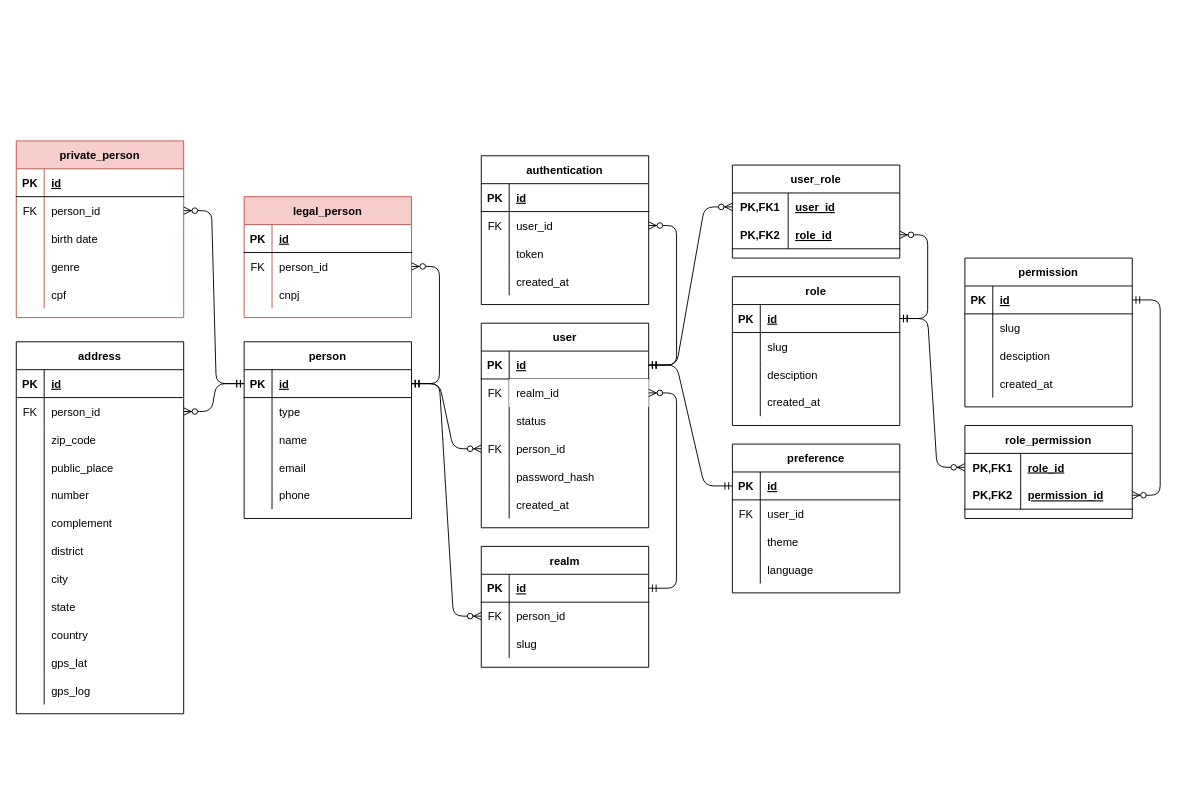
This is doc/baseacl.drawio from rafaelaraujobr/baseacl, a draw.io file, before an edit. Source tidied: cells renumbered, new cells numbered last; positions are measured from the earlier drawing's top-left corner, leaving out a move shared by most shapes. Both pictures are drawn from the tidied source at 93%, with x=0, y=0 at pixel (16, 140).
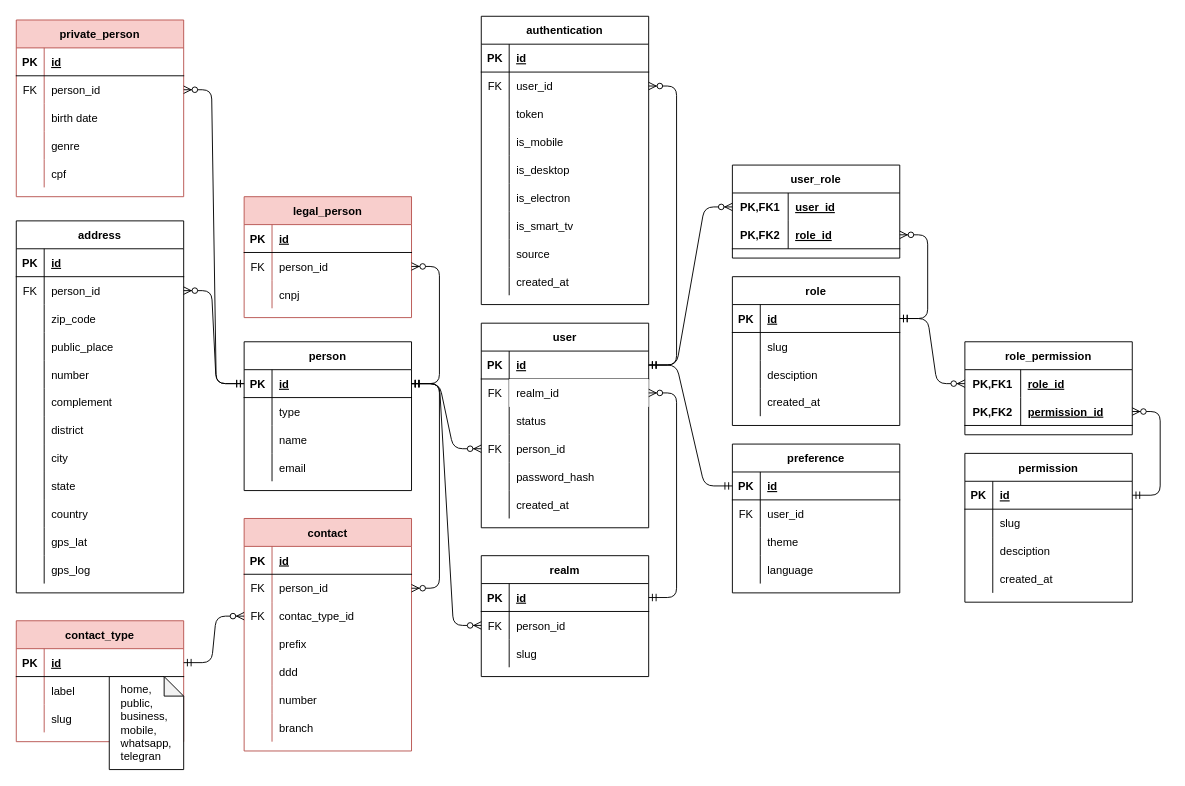
After the change.

Unchanged cells that the change refers to:
```xml
<mxCell id="22" style="shape=partialRectangle;fillColor=none;top=0;left=0;bottom=1;right=0;points=[[0,0.5],[1,0.5]];portConstraint=eastwest;" parent="21" vertex="1">
  <mxGeometry y="30" width="180" height="30" as="geometry" />
</mxCell>
```

What changed in the source:
```diff
@@
     <mxCell id="21" value="person" style="shape=table;startSize=30;childLayout=tableLayout;rowLines=0;fontStyle=1;align=center;" parent="1" vertex="1">
-      <mxGeometry x="245" y="216" width="180" height="190" as="geometry" />
+      <mxGeometry x="245" y="216" width="180" height="160" as="geometry" />
     </mxCell>
@@
-    <mxCell id="34" style="shape=partialRectangle;fillColor=none;top=0;left=0;bottom=0;right=0;" parent="21" vertex="1">
-      <mxGeometry y="150" width="180" height="30" as="geometry" />
-    </mxCell>
-    <mxCell id="35" style="shape=partialRectangle;fillColor=none;top=0;left=0;bottom=0;right=0;overflow=hidden;" parent="34" vertex="1">
-      <mxGeometry width="30" height="30" as="geometry" />
-    </mxCell>
-    <mxCell id="36" value="phone" style="shape=partialRectangle;fillColor=none;top=0;left=0;bottom=0;right=0;align=left;spacingLeft=6;overflow=hidden;" parent="34" vertex="1">
-      <mxGeometry x="30" width="150" height="30" as="geometry" />
-    </mxCell>
@@
     <mxCell id="63" value="permission" style="shape=table;startSize=30;childLayout=tableLayout;rowLines=0;fontStyle=1;align=center;" parent="1" vertex="1">
-      <mxGeometry x="1020" y="126" width="180" height="160" as="geometry" />
+      <mxGeometry x="1020" y="336" width="180" height="160" as="geometry" />
     </mxCell>
@@
     <mxCell id="76" value="role_permission" style="shape=table;startSize=30;childLayout=tableLayout;rowLines=0;fontStyle=1;align=center;" parent="1" vertex="1">
-      <mxGeometry x="1020" y="306" width="180" height="100" as="geometry" />
+      <mxGeometry x="1020" y="216" width="180" height="100" as="geometry" />
     </mxCell>
@@
     <mxCell id="90" value="address" style="shape=table;startSize=30;childLayout=tableLayout;rowLines=0;fontStyle=1;align=center;" parent="1" vertex="1">
-      <mxGeometry y="216" width="180" height="400" as="geometry" />
+      <mxGeometry y="86" width="180" height="400" as="geometry" />
     </mxCell>
@@
     <mxCell id="132" value="private_person" style="shape=table;startSize=30;childLayout=tableLayout;rowLines=0;fontStyle=1;align=center;fillColor=#f8cecc;strokeColor=#b85450;" parent="1" vertex="1">
-      <mxGeometry width="180" height="190" as="geometry" />
+      <mxGeometry y="-130" width="180" height="190" as="geometry" />
     </mxCell>
@@
     <mxCell id="160" value="realm" style="shape=table;startSize=30;childLayout=tableLayout;rowLines=0;fontStyle=1;align=center;" parent="1" vertex="1">
-      <mxGeometry x="500" y="436" width="180" height="130" as="geometry" />
+      <mxGeometry x="500" y="446" width="180" height="130" as="geometry" />
     </mxCell>
@@
     <mxCell id="174" value="authentication" style="shape=table;startSize=30;childLayout=tableLayout;rowLines=0;fontStyle=1;align=center;" parent="1" vertex="1">
-      <mxGeometry x="500" y="16" width="180" height="160" as="geometry" />
+      <mxGeometry x="500" y="-134" width="180" height="310" as="geometry" />
     </mxCell>
@@
+    <mxCell id="188" style="shape=partialRectangle;fillColor=none;top=0;left=0;bottom=0;right=0;" parent="174" vertex="1">
+      <mxGeometry y="120" width="180" height="30" as="geometry" />
+    </mxCell>
+    <mxCell id="189" style="shape=partialRectangle;fillColor=none;top=0;left=0;bottom=0;right=0;overflow=hidden;" parent="188" vertex="1">
+      <mxGeometry width="30" height="30" as="geometry" />
+    </mxCell>
+    <mxCell id="190" value="is_mobile" style="shape=partialRectangle;fillColor=none;top=0;left=0;bottom=0;right=0;align=left;spacingLeft=6;overflow=hidden;" parent="188" vertex="1">
+      <mxGeometry x="30" width="150" height="30" as="geometry" />
+    </mxCell>
+    <mxCell id="191" style="shape=partialRectangle;fillColor=none;top=0;left=0;bottom=0;right=0;" parent="174" vertex="1">
+      <mxGeometry y="150" width="180" height="30" as="geometry" />
+    </mxCell>
+    <mxCell id="192" style="shape=partialRectangle;fillColor=none;top=0;left=0;bottom=0;right=0;overflow=hidden;" parent="191" vertex="1">
+      <mxGeometry width="30" height="30" as="geometry" />
+    </mxCell>
+    <mxCell id="193" value="is_desktop" style="shape=partialRectangle;fillColor=none;top=0;left=0;bottom=0;right=0;align=left;spacingLeft=6;overflow=hidden;" parent="191" vertex="1">
+      <mxGeometry x="30" width="150" height="30" as="geometry" />
+    </mxCell>
+    <mxCell id="194" style="shape=partialRectangle;fillColor=none;top=0;left=0;bottom=0;right=0;" parent="174" vertex="1">
+      <mxGeometry y="180" width="180" height="30" as="geometry" />
+    </mxCell>
+    <mxCell id="195" style="shape=partialRectangle;fillColor=none;top=0;left=0;bottom=0;right=0;overflow=hidden;" parent="194" vertex="1">
+      <mxGeometry width="30" height="30" as="geometry" />
+    </mxCell>
+    <mxCell id="196" value="is_electron" style="shape=partialRectangle;fillColor=none;top=0;left=0;bottom=0;right=0;align=left;spacingLeft=6;overflow=hidden;" parent="194" vertex="1">
+      <mxGeometry x="30" width="150" height="30" as="geometry" />
+    </mxCell>
+    <mxCell id="197" style="shape=partialRectangle;fillColor=none;top=0;left=0;bottom=0;right=0;" parent="174" vertex="1">
+      <mxGeometry y="210" width="180" height="30" as="geometry" />
+    </mxCell>
+    <mxCell id="198" style="shape=partialRectangle;fillColor=none;top=0;left=0;bottom=0;right=0;overflow=hidden;" parent="197" vertex="1">
+      <mxGeometry width="30" height="30" as="geometry" />
+    </mxCell>
+    <mxCell id="199" value="is_smart_tv" style="shape=partialRectangle;fillColor=none;top=0;left=0;bottom=0;right=0;align=left;spacingLeft=6;overflow=hidden;" parent="197" vertex="1">
+      <mxGeometry x="30" width="150" height="30" as="geometry" />
+    </mxCell>
+    <mxCell id="200" style="shape=partialRectangle;fillColor=none;top=0;left=0;bottom=0;right=0;" parent="174" vertex="1">
+      <mxGeometry y="240" width="180" height="30" as="geometry" />
+    </mxCell>
+    <mxCell id="201" style="shape=partialRectangle;fillColor=none;top=0;left=0;bottom=0;right=0;overflow=hidden;" parent="200" vertex="1">
+      <mxGeometry width="30" height="30" as="geometry" />
+    </mxCell>
+    <mxCell id="202" value="source" style="shape=partialRectangle;fillColor=none;top=0;left=0;bottom=0;right=0;align=left;spacingLeft=6;overflow=hidden;" parent="200" vertex="1">
+      <mxGeometry x="30" width="150" height="30" as="geometry" />
+    </mxCell>
     <mxCell id="184" style="shape=partialRectangle;fillColor=none;top=0;left=0;bottom=0;right=0;" parent="174" vertex="1">
-      <mxGeometry y="120" width="180" height="30" as="geometry" />
+      <mxGeometry y="270" width="180" height="30" as="geometry" />
     </mxCell>
@@
+    <mxCell id="203" value="contact" style="shape=table;startSize=30;childLayout=tableLayout;rowLines=0;fontStyle=1;align=center;fillColor=#f8cecc;strokeColor=#b85450;" parent="1" vertex="1">
+      <mxGeometry x="245" y="406" width="180" height="250" as="geometry" />
+    </mxCell>
+    <mxCell id="204" style="shape=partialRectangle;fillColor=none;top=0;left=0;bottom=1;right=0;" parent="203" vertex="1">
+      <mxGeometry y="30" width="180" height="30" as="geometry" />
+    </mxCell>
+    <mxCell id="205" value="PK" style="shape=partialRectangle;fillColor=none;top=0;left=0;bottom=0;right=0;fontStyle=1;overflow=hidden;" parent="204" vertex="1">
+      <mxGeometry width="30" height="30" as="geometry" />
+    </mxCell>
+    <mxCell id="206" value="id" style="shape=partialRectangle;fillColor=none;top=0;left=0;bottom=0;right=0;align=left;spacingLeft=6;fontStyle=5;overflow=hidden;" parent="204" vertex="1">
+      <mxGeometry x="30" width="150" height="30" as="geometry" />
+    </mxCell>
+    <mxCell id="207" style="shape=partialRectangle;fillColor=none;top=0;left=0;bottom=0;right=0;points=[[0,0.5],[1,0.5]];portConstraint=eastwest;" parent="203" vertex="1">
+      <mxGeometry y="60" width="180" height="30" as="geometry" />
+    </mxCell>
+    <mxCell id="208" value="FK" style="shape=partialRectangle;fillColor=none;top=0;left=0;bottom=0;right=0;overflow=hidden;" parent="207" vertex="1">
+      <mxGeometry width="30" height="30" as="geometry" />
+    </mxCell>
+    <mxCell id="209" value="person_id" style="shape=partialRectangle;fillColor=none;top=0;left=0;bottom=0;right=0;align=left;spacingLeft=6;overflow=hidden;" parent="207" vertex="1">
+      <mxGeometry x="30" width="150" height="30" as="geometry" />
+    </mxCell>
+    <mxCell id="210" style="shape=partialRectangle;fillColor=none;top=0;left=0;bottom=0;right=0;points=[[0,0.5],[1,0.5]];portConstraint=eastwest;" parent="203" vertex="1">
+      <mxGeometry y="90" width="180" height="30" as="geometry" />
+    </mxCell>
+    <mxCell id="211" value="FK" style="shape=partialRectangle;fillColor=none;top=0;left=0;bottom=0;right=0;overflow=hidden;" parent="210" vertex="1">
+      <mxGeometry width="30" height="30" as="geometry" />
+    </mxCell>
+    <mxCell id="212" value="contac_type_id" style="shape=partialRectangle;fillColor=none;top=0;left=0;bottom=0;right=0;align=left;spacingLeft=6;overflow=hidden;" parent="210" vertex="1">
+      <mxGeometry x="30" width="150" height="30" as="geometry" />
+    </mxCell>
+    <mxCell id="213" style="shape=partialRectangle;fillColor=none;top=0;left=0;bottom=0;right=0;" parent="203" vertex="1">
+      <mxGeometry y="120" width="180" height="30" as="geometry" />
+    </mxCell>
+    <mxCell id="214" style="shape=partialRectangle;fillColor=none;top=0;left=0;bottom=0;right=0;overflow=hidden;" parent="213" vertex="1">
+      <mxGeometry width="30" height="30" as="geometry" />
+    </mxCell>
+    <mxCell id="215" value="prefix" style="shape=partialRectangle;fillColor=none;top=0;left=0;bottom=0;right=0;align=left;spacingLeft=6;overflow=hidden;" parent="213" vertex="1">
+      <mxGeometry x="30" width="150" height="30" as="geometry" />
+    </mxCell>
+    <mxCell id="216" style="shape=partialRectangle;fillColor=none;top=0;left=0;bottom=0;right=0;" parent="203" vertex="1">
+      <mxGeometry y="150" width="180" height="30" as="geometry" />
+    </mxCell>
+    <mxCell id="217" style="shape=partialRectangle;fillColor=none;top=0;left=0;bottom=0;right=0;overflow=hidden;" parent="216" vertex="1">
+      <mxGeometry width="30" height="30" as="geometry" />
+    </mxCell>
+    <mxCell id="218" value="ddd" style="shape=partialRectangle;fillColor=none;top=0;left=0;bottom=0;right=0;align=left;spacingLeft=6;overflow=hidden;" parent="216" vertex="1">
+      <mxGeometry x="30" width="150" height="30" as="geometry" />
+    </mxCell>
+    <mxCell id="219" style="shape=partialRectangle;fillColor=none;top=0;left=0;bottom=0;right=0;" parent="203" vertex="1">
+      <mxGeometry y="180" width="180" height="30" as="geometry" />
+    </mxCell>
+    <mxCell id="220" style="shape=partialRectangle;fillColor=none;top=0;left=0;bottom=0;right=0;overflow=hidden;" parent="219" vertex="1">
+      <mxGeometry width="30" height="30" as="geometry" />
+    </mxCell>
+    <mxCell id="221" value="number" style="shape=partialRectangle;fillColor=none;top=0;left=0;bottom=0;right=0;align=left;spacingLeft=6;overflow=hidden;" parent="219" vertex="1">
+      <mxGeometry x="30" width="150" height="30" as="geometry" />
+    </mxCell>
+    <mxCell id="222" style="shape=partialRectangle;fillColor=none;top=0;left=0;bottom=0;right=0;" parent="203" vertex="1">
+      <mxGeometry y="210" width="180" height="30" as="geometry" />
+    </mxCell>
+    <mxCell id="223" style="shape=partialRectangle;fillColor=none;top=0;left=0;bottom=0;right=0;overflow=hidden;" parent="222" vertex="1">
+      <mxGeometry width="30" height="30" as="geometry" />
+    </mxCell>
+    <mxCell id="224" value="branch" style="shape=partialRectangle;fillColor=none;top=0;left=0;bottom=0;right=0;align=left;spacingLeft=6;overflow=hidden;" parent="222" vertex="1">
+      <mxGeometry x="30" width="150" height="30" as="geometry" />
+    </mxCell>
+    <mxCell id="225" style="edgeStyle=entityRelationEdgeStyle;fontSize=12;html=1;endArrow=ERzeroToMany;startArrow=ERmandOne;exitX=1;exitY=0.5;exitDx=0;exitDy=0;" parent="1" edge="1" source="22" target="207">
+      <mxGeometry relative="1" as="geometry" />
+    </mxCell>
+    <mxCell id="226" value="contact_type" style="shape=table;startSize=30;childLayout=tableLayout;rowLines=0;fontStyle=1;align=center;fillColor=#f8cecc;strokeColor=#b85450;" parent="1" vertex="1">
+      <mxGeometry y="516" width="180" height="130" as="geometry" />
+    </mxCell>
+    <mxCell id="227" style="shape=partialRectangle;fillColor=none;top=0;left=0;bottom=1;right=0;points=[[0,0.5],[1,0.5]];portConstraint=eastwest;" parent="226" vertex="1">
+      <mxGeometry y="30" width="180" height="30" as="geometry" />
+    </mxCell>
+    <mxCell id="228" value="PK" style="shape=partialRectangle;fillColor=none;top=0;left=0;bottom=0;right=0;fontStyle=1;overflow=hidden;" parent="227" vertex="1">
+      <mxGeometry width="30" height="30" as="geometry" />
+    </mxCell>
+    <mxCell id="229" value="id" style="shape=partialRectangle;fillColor=none;top=0;left=0;bottom=0;right=0;align=left;spacingLeft=6;fontStyle=5;overflow=hidden;" parent="227" vertex="1">
+      <mxGeometry x="30" width="150" height="30" as="geometry" />
+    </mxCell>
+    <mxCell id="230" style="shape=partialRectangle;fillColor=none;top=0;left=0;bottom=0;right=0;" parent="226" vertex="1">
+      <mxGeometry y="60" width="180" height="30" as="geometry" />
+    </mxCell>
+    <mxCell id="231" style="shape=partialRectangle;fillColor=none;top=0;left=0;bottom=0;right=0;overflow=hidden;" parent="230" vertex="1">
+      <mxGeometry width="30" height="30" as="geometry" />
+    </mxCell>
+    <mxCell id="232" value="label" style="shape=partialRectangle;fillColor=none;top=0;left=0;bottom=0;right=0;align=left;spacingLeft=6;overflow=hidden;" parent="230" vertex="1">
+      <mxGeometry x="30" width="150" height="30" as="geometry" />
+    </mxCell>
+    <mxCell id="233" style="shape=partialRectangle;fillColor=none;top=0;left=0;bottom=0;right=0;" parent="226" vertex="1">
+      <mxGeometry y="90" width="180" height="30" as="geometry" />
+    </mxCell>
+    <mxCell id="234" style="shape=partialRectangle;fillColor=none;top=0;left=0;bottom=0;right=0;overflow=hidden;" parent="233" vertex="1">
+      <mxGeometry width="30" height="30" as="geometry" />
+    </mxCell>
+    <mxCell id="235" value="slug" style="shape=partialRectangle;fillColor=none;top=0;left=0;bottom=0;right=0;align=left;spacingLeft=6;overflow=hidden;" parent="233" vertex="1">
+      <mxGeometry x="30" width="150" height="30" as="geometry" />
+    </mxCell>
+    <mxCell id="236" value="&lt;div style=&quot;text-align: justify&quot;&gt;&lt;span&gt;home,&lt;/span&gt;&lt;/div&gt;&lt;div style=&quot;text-align: justify&quot;&gt;&lt;span&gt;public,&lt;/span&gt;&lt;/div&gt;&lt;div style=&quot;text-align: justify&quot;&gt;&lt;span&gt;business,&lt;/span&gt;&lt;/div&gt;&lt;div style=&quot;text-align: justify&quot;&gt;&lt;span&gt;mobile,&lt;/span&gt;&lt;br&gt;&lt;/div&gt;&lt;div style=&quot;text-align: justify&quot;&gt;&lt;span&gt;whatsapp,&lt;/span&gt;&lt;/div&gt;&lt;div style=&quot;text-align: justify&quot;&gt;&lt;span&gt;telegran&lt;/span&gt;&lt;/div&gt;" style="shape=note;whiteSpace=wrap;html=1;backgroundOutline=1;darkOpacity=0.05;align=center;size=21;" parent="1" vertex="1">
+      <mxGeometry x="100" y="576" width="80" height="100" as="geometry" />
+    </mxCell>
+    <mxCell id="237" style="edgeStyle=entityRelationEdgeStyle;fontSize=12;html=1;endArrow=ERzeroToMany;startArrow=ERmandOne;exitX=1;exitY=0.5;exitDx=0;exitDy=0;entryX=0;entryY=0.5;entryDx=0;entryDy=0;" parent="1" edge="1" source="227" target="210">
+      <mxGeometry relative="1" as="geometry" />
+    </mxCell>
```
